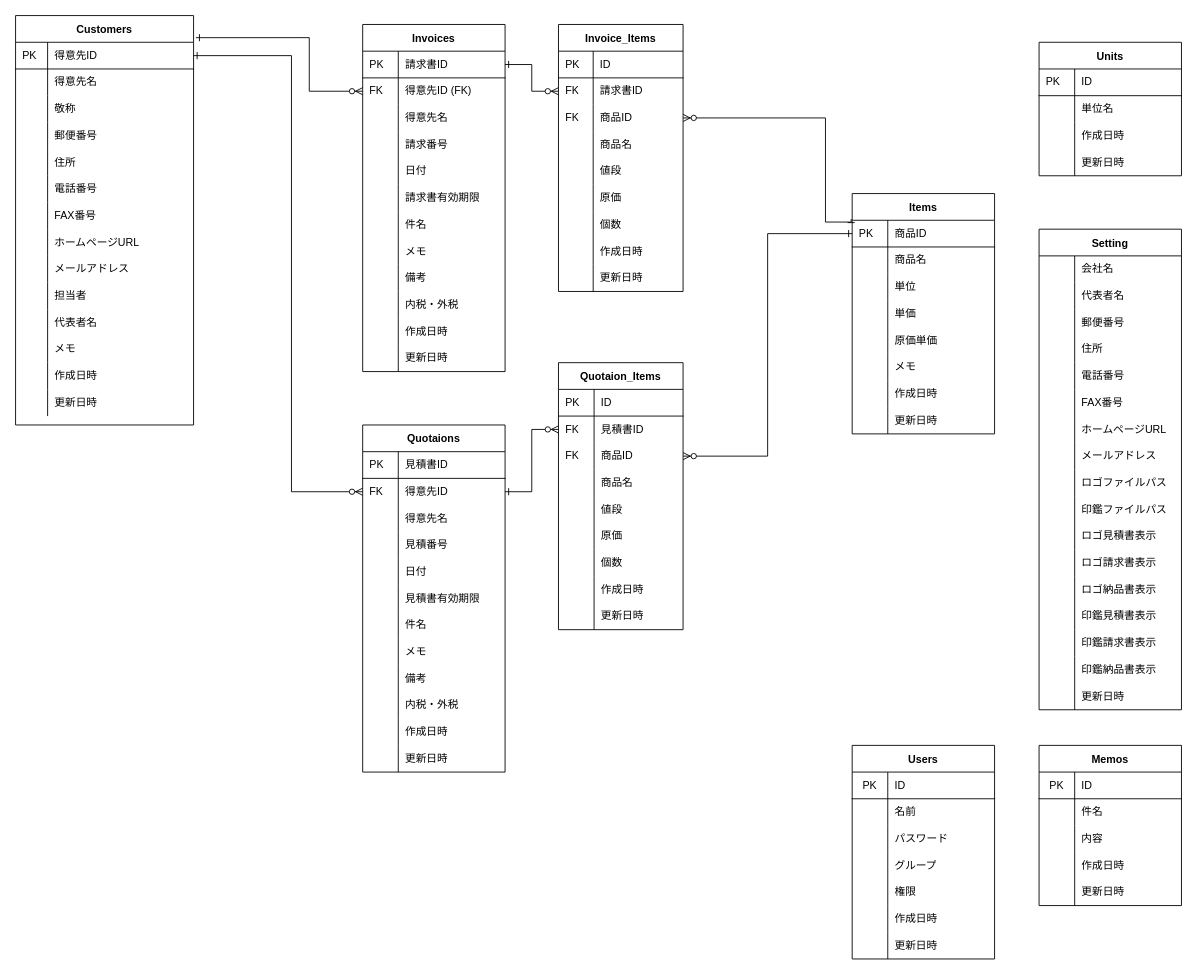
Before: soho_er.dio in gamasenninn/caddie-clone, a draw.io diagram. Source tidied: cells renumbered, new cells numbered last; positions are measured from the earlier drawing's top-left corner, leaving out a move shared by most shapes. Both pictures are drawn from the tidied source at 89%, with x=0, y=0 at pixel (15, 15).
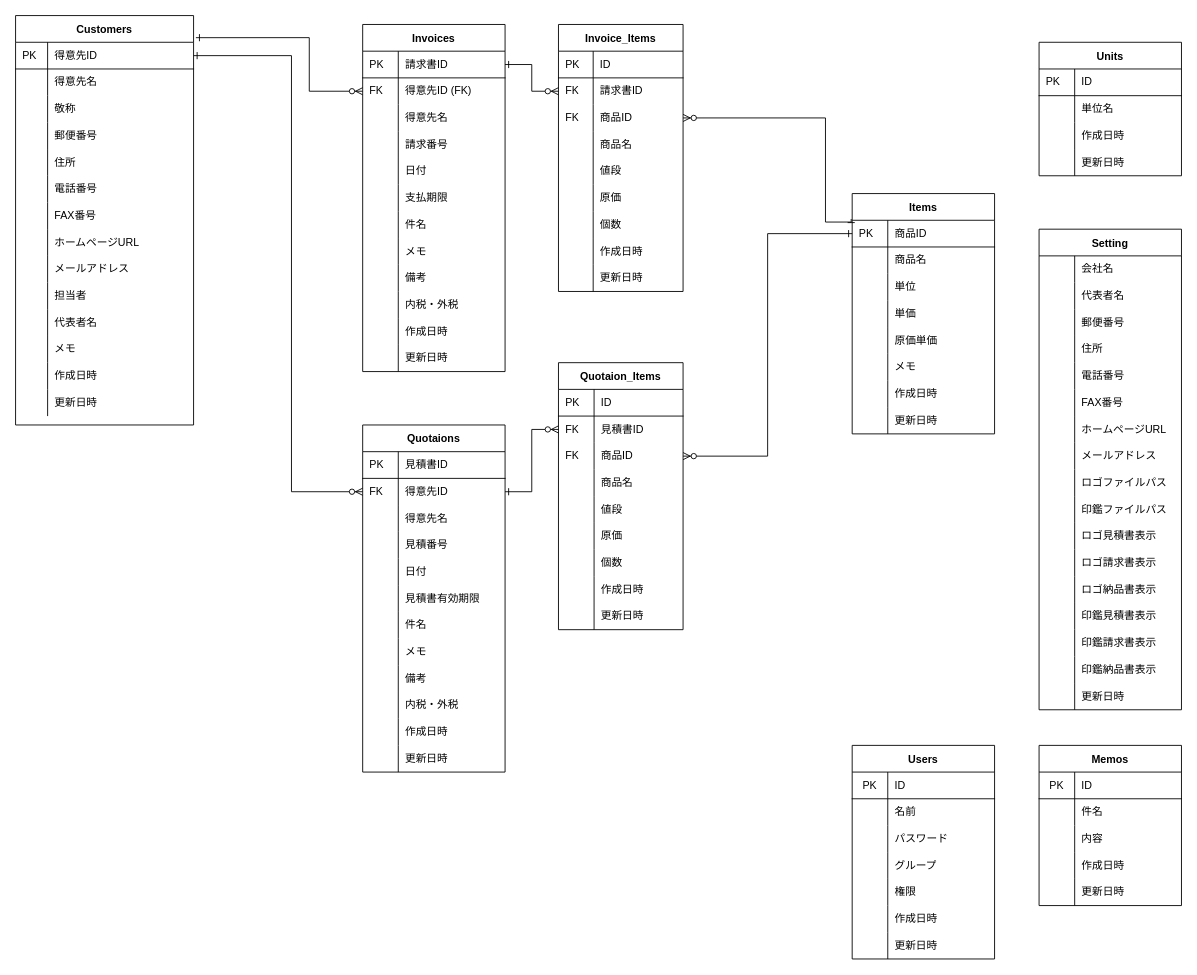
The same page after the edit.

Unchanged cells that the change refers to:
```xml
<mxCell id="86" style="shape=partialRectangle;html=1;whiteSpace=wrap;fillColor=none;top=0;left=0;bottom=0;right=0;" parent="70" vertex="1">
  <mxGeometry y="180" width="160" height="30" as="geometry" />
</mxCell>
```

Diff of the diagram source:
```diff
@@
-    <mxCell id="88" value="請求書有効期限" style="shape=partialRectangle;html=1;whiteSpace=wrap;fillColor=none;top=0;left=0;bottom=0;right=0;align=left;spacingLeft=6;overflow=hidden;" parent="86" vertex="1">
+    <mxCell id="88" value="支払期限" style="shape=partialRectangle;html=1;whiteSpace=wrap;fillColor=none;top=0;left=0;bottom=0;right=0;align=left;spacingLeft=6;overflow=hidden;" parent="86" vertex="1">
       <mxGeometry x="40" width="120" height="30" as="geometry" />
     </mxCell>
```
